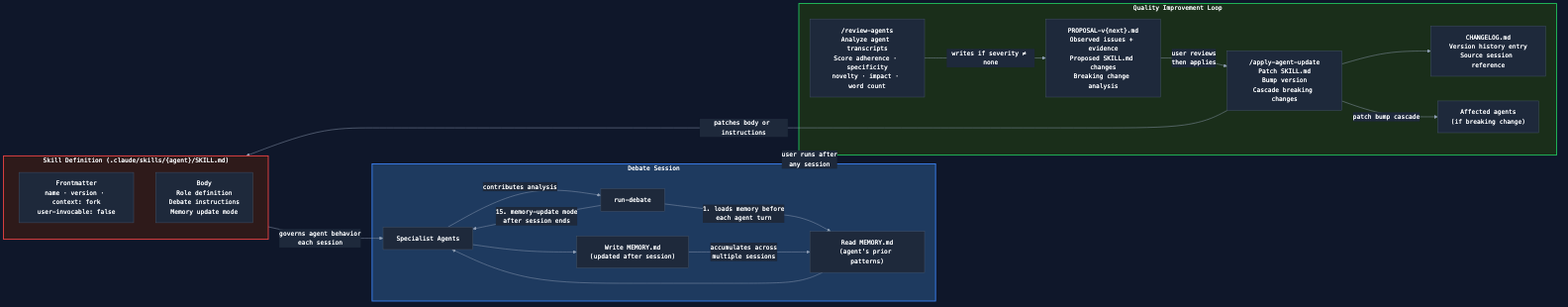
Above: docs/diagrams/04-continuous-improvement.png in aryan-curiel/agora (Mermaid), before the change. Its source is kept beside it as docs/diagrams/04-continuous-improvement.mmd. Its diagram source:
```mermaid
%%{init: {"theme": "base", "themeVariables": {"primaryColor": "#1e293b", "primaryTextColor": "#f8fafc", "primaryBorderColor": "#475569", "lineColor": "#94a3b8", "secondaryColor": "#0f172a", "background": "#0f172a", "mainBkg": "#1e293b", "nodeBorder": "#475569", "clusterBkg": "#162032", "titleColor": "#f8fafc", "edgeLabelBackground": "#1e293b", "fontFamily": "monospace", "fontSize": "14px"}}}%%

graph LR
    subgraph SESSION["Debate Session"]
        direction TB
        RD["agora-run-debate"]
        AGENTS["Specialist Agents"]
        MEM_R["Read MEMORY.md\n(specialist's prior patterns)"]
        MEM_W["Write MEMORY.md\n(updated after session)"]
        RD -->|"1. loads memory before\neach agent turn"| MEM_R
        MEM_R --> AGENTS
        AGENTS -->|"contributes analysis"| RD
        RD -->|"15. memory-update mode\nafter session ends"| AGENTS
        AGENTS --> MEM_W
    end

    subgraph REVIEW_LOOP["Quality Improvement Loop"]
        direction TB
        REV["/agora-review-specialists\nAnalyze specialist transcripts\nScore adherence · specificity\nnovelty · impact · word count"]
        PROP["PROPOSAL-v{next}.md\nObserved issues + evidence\nProposed SKILL.md changes\nBreaking change analysis"]
        APPLY["/agora-apply-specialist-update\nPatch SKILL.md\nBump version\nCascade breaking changes"]
        CHNG["CHANGELOG.md\nVersion history entry\nSource session reference"]
        REV -->|"writes if severity ≠ none"| PROP
        PROP -->|"user reviews\nthen applies"| APPLY
        APPLY --> CHNG
        APPLY -->|"patch bump cascade"| AFFECTED["Affected specialists\n(if breaking change)"]
    end

    subgraph SKILL_FILE["Skill Definition  (.claude/skills/{specialist}/SKILL.md)"]
        direction TB
        FRONTMATTER["Frontmatter\nname · version · context: fork\nuser-invocable: false"]
        BODY["Body\nRole definition\nDebate instructions\nMemory update mode"]
    end

    MEM_W -->|"accumulates across\nmultiple sessions"| MEM_R
    SESSION -->|"user runs after\nany session"| REVIEW_LOOP
    APPLY -->|"patches body or instructions"| SKILL_FILE
    SKILL_FILE -->|"governs specialist behavior\neach session"| AGENTS

    style SESSION fill:#1e3a5f,stroke:#3b82f6,stroke-width:2px,color:#f8fafc
    style REVIEW_LOOP fill:#1a2e1a,stroke:#22c55e,stroke-width:2px,color:#f8fafc
    style SKILL_FILE fill:#2e1a1a,stroke:#ef4444,stroke-width:2px,color:#f8fafc
```
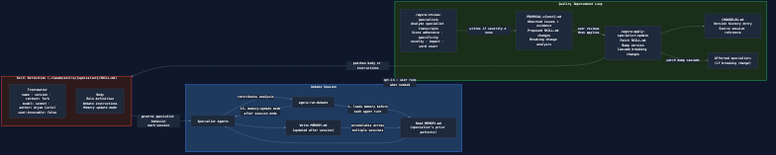
Later version of the same file.

The edit, as a diff of the source:
```diff
@@ -28,12 +28,12 @@
 
     subgraph SKILL_FILE["Skill Definition  (.claude/skills/{specialist}/SKILL.md)"]
         direction TB
-        FRONTMATTER["Frontmatter\nname · version · context: fork\nuser-invocable: false"]
+        FRONTMATTER["Frontmatter\nname · version · context: fork\nmodel: sonnet · author: Aryan Curiel\nuser-invocable: false"]
         BODY["Body\nRole definition\nDebate instructions\nMemory update mode"]
     end
 
     MEM_W -->|"accumulates across\nmultiple sessions"| MEM_R
-    SESSION -->|"user runs after\nany session"| REVIEW_LOOP
+    SESSION -->|"opt-in — user runs\nwhen needed"| REVIEW_LOOP
     APPLY -->|"patches body or instructions"| SKILL_FILE
     SKILL_FILE -->|"governs specialist behavior\neach session"| AGENTS
 
```
